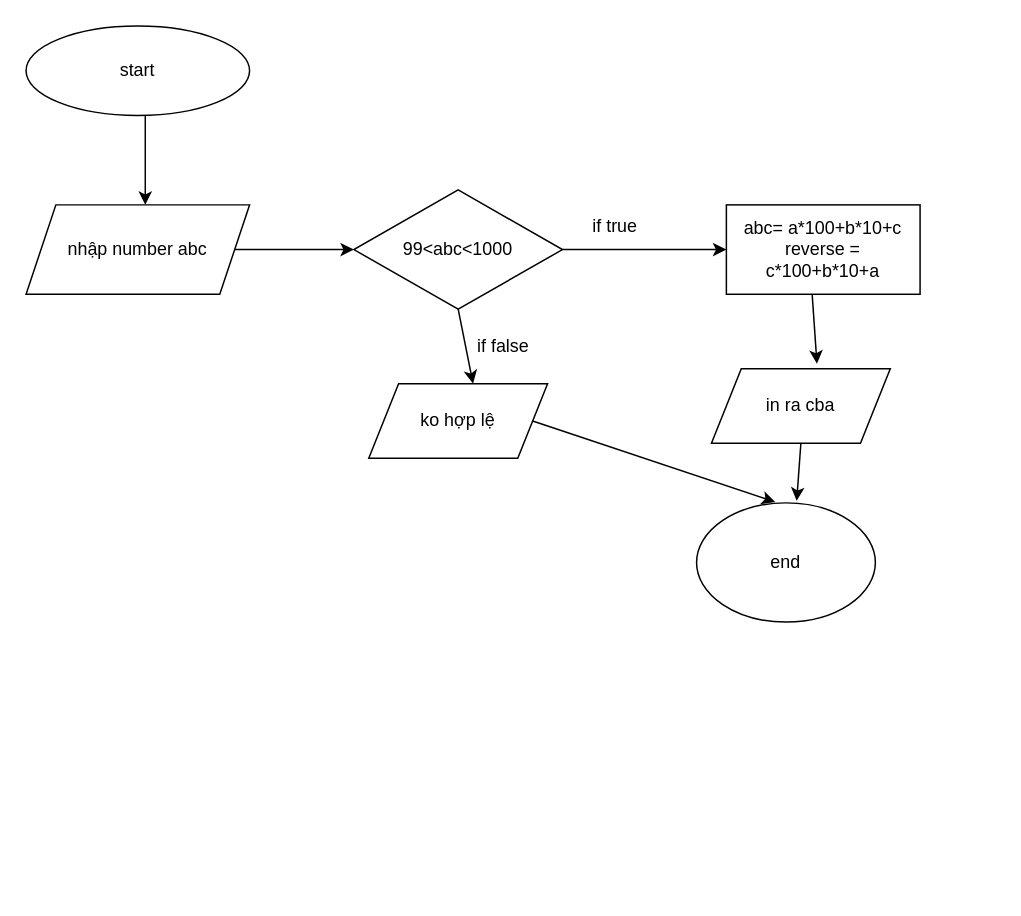
Above: ss1 b10.drawio in dinhthanh143/C---SESSION-1 (draw.io), before the change. Source tidied: cells renumbered, new cells numbered last; positions are measured from the earlier drawing's top-left corner, leaving out a move shared by most shapes. Both pictures are drawn from the tidied source at 149%, with x=0, y=0 at pixel (25, 25).
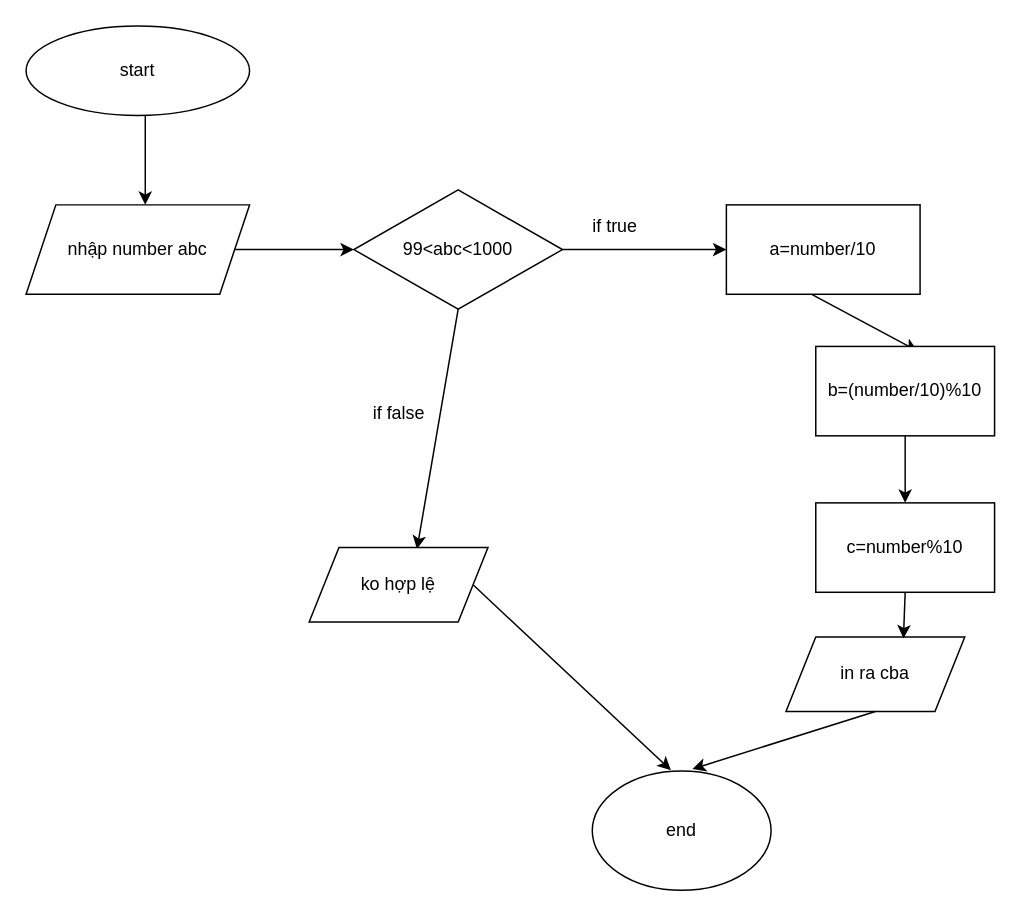
The same diagram, later.

Unchanged cells that the change refers to:
```xml
<mxCell id="6" value="99&amp;lt;abc&amp;lt;1000" style="rhombus;whiteSpace=wrap;html=1;" parent="1" vertex="1">
  <mxGeometry x="220" y="110" width="140" height="80" as="geometry" />
</mxCell>
```

Diff of the diagram source:
```diff
@@
-    <mxCell id="8" style="endArrow=classic;html=1;rounded=0;exitX=0.5;exitY=1;exitDx=0;exitDy=0;entryX=0.5;entryY=0;entryDx=0;entryDy=0;" parent="1" edge="1" source="6">
-      <mxGeometry relative="1" as="geometry">
-        <mxPoint x="300" y="240" as="targetPoint" />
-      </mxGeometry>
+    <mxCell id="8" style="endArrow=classic;html=1;rounded=0;exitX=0.5;exitY=1;exitDx=0;exitDy=0;entryX=0.603;entryY=0.02;entryDx=0;entryDy=0;entryPerimeter=0;" parent="1" edge="1" source="6" target="13">
+      <mxGeometry relative="1" as="geometry" />
     </mxCell>
     <mxCell id="9" value="if false" style="text;html=1;align=center;verticalAlign=middle;strokeColor=none;fillColor=none;rotation=0;" parent="1" vertex="1">
-      <mxGeometry x="290" y="200" width="60" height="30" as="geometry" />
+      <mxGeometry x="220" y="245" width="60" height="30" as="geometry" />
     </mxCell>
@@
-    <mxCell id="11" value="abc= a*100+b*10+c&lt;br&gt;reverse = c*100+b*10+a" style="rounded=0;whiteSpace=wrap;html=1;" parent="1" vertex="1">
+    <mxCell id="11" value="a=number/10" style="rounded=0;whiteSpace=wrap;html=1;" parent="1" vertex="1">
       <mxGeometry x="470" y="120" width="130" height="60" as="geometry" />
     </mxCell>
     <mxCell id="12" value="end" style="ellipse;whiteSpace=wrap;html=1;" parent="1" vertex="1">
-      <mxGeometry x="450" y="320" width="120" height="80" as="geometry" />
+      <mxGeometry x="380" y="500" width="120" height="80" as="geometry" />
     </mxCell>
     <mxCell id="13" value="ko hợp lệ" style="shape=parallelogram;perimeter=parallelogramPerimeter;whiteSpace=wrap;html=1;fixedSize=1;" parent="1" vertex="1">
-      <mxGeometry x="230" y="240" width="120" height="50" as="geometry" />
+      <mxGeometry x="190" y="350" width="120" height="50" as="geometry" />
     </mxCell>
     <mxCell id="14" value="in ra cba" style="shape=parallelogram;perimeter=parallelogramPerimeter;whiteSpace=wrap;html=1;fixedSize=1;" parent="1" vertex="1">
-      <mxGeometry x="460" y="230" width="120" height="50" as="geometry" />
+      <mxGeometry x="510" y="410" width="120" height="50" as="geometry" />
     </mxCell>
-    <mxCell id="15" style="endArrow=classic;html=1;rounded=0;entryX=0.59;entryY=-0.068;entryDx=0;entryDy=0;entryPerimeter=0;exitX=0.443;exitY=1.003;exitDx=0;exitDy=0;exitPerimeter=0;" parent="1" edge="1" source="11" target="14">
+    <mxCell id="15" style="endArrow=classic;html=1;rounded=0;exitX=0.443;exitY=1.003;exitDx=0;exitDy=0;exitPerimeter=0;entryX=0.57;entryY=0.053;entryDx=0;entryDy=0;entryPerimeter=0;" parent="1" edge="1" source="11" target="18">
       <mxGeometry relative="1" as="geometry" />
     </mxCell>
@@
+    <mxCell id="18" value="b=(number/10)%10" style="rounded=0;whiteSpace=wrap;html=1;" parent="1" vertex="1">
+      <mxGeometry x="530" y="215" width="120" height="60" as="geometry" />
+    </mxCell>
+    <mxCell id="19" value="c=number%10" style="rounded=0;whiteSpace=wrap;html=1;" parent="1" vertex="1">
+      <mxGeometry x="530" y="320" width="120" height="60" as="geometry" />
+    </mxCell>
+    <mxCell id="20" style="endArrow=classic;html=1;rounded=0;exitX=0.5;exitY=1;exitDx=0;exitDy=0;entryX=0.5;entryY=0;entryDx=0;entryDy=0;" parent="1" edge="1" source="18" target="19">
+      <mxGeometry relative="1" as="geometry" />
+    </mxCell>
+    <mxCell id="21" style="endArrow=classic;html=1;rounded=0;exitX=0.5;exitY=1;exitDx=0;exitDy=0;entryX=0.657;entryY=0.02;entryDx=0;entryDy=0;entryPerimeter=0;" parent="1" edge="1" source="19" target="14">
+      <mxGeometry relative="1" as="geometry" />
+    </mxCell>
```
